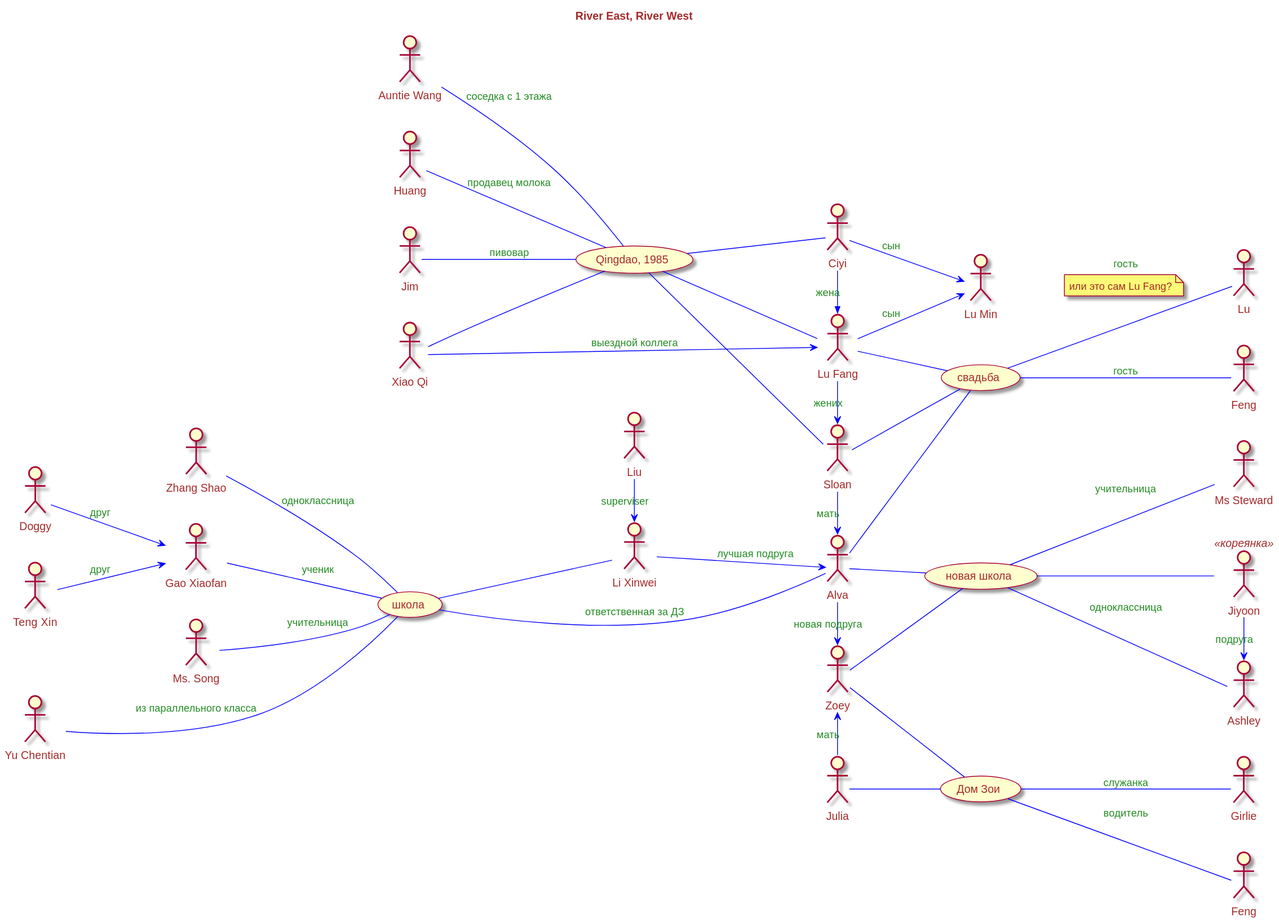
Earlier version of the PlantUML export River East, River West/river-River_East__River_West.svg (olek3/reading). Source of this version:
```plantuml
@startuml
left to right direction
skin rose
skinparam backgroundcolor transparent
skinparam defaultfontcolor #brown
skinparam arrowcolor #blue
skinparam arrowfontcolor #forestgreen

title River East, River West

:Sloan:

:Alva:

:Lu Fang: as Fang

:Li Xinwei: as Li

Sloan -> Alva : мать


Fang -> Sloan : жених



Fang -- (свадьба)
Sloan -- (свадьба)
Alva -- (свадьба)


(свадьба) -- :Feng: : гость
(свадьба) -- :Lu: : гость
note on link : или это сам Lu Fang?



Li --> Alva : лучшая подруга

(школа) -- Alva : ответственная за ДЗ
(школа) -- Li

:Zhang Shao: as Zhang

:Gao Xiaofan: as Gao

:Ms. Song: as Song

:Liu: as Liu

Zhang -- (школа) : одноклассница

Liu -> Li : superviser

Song -- (школа) : учительница

Gao -- (школа) : ученик

:Teng Xin: as Teng
:Doggy: as Doggy

Teng --> Gao : друг
Doggy --> Gao : друг


:Ciyi: as Ciyi


(Qingdao, 1985) as Qingdao

Ciyi ->> Fang : жена

Qingdao -- Ciyi
Qingdao -- Fang
Qingdao -- Sloan

:Huang: as Huang
:Xiao Qi: as Qi
:Jim: as Jim
:Auntie Wang: as Wang
:Yu Chentian: as Yu


Huang -- Qingdao : продавец молока
Qi -- Qingdao
Qi -> Fang : выездной коллега
Wang -- Qingdao : соседка с 1 этажа

Yu --- (школа) : из параллельного класса

Jim -- Qingdao : пивовар

Fang --> :Lu Min: : сын
Ciyi --> :Lu Min: : сын


(новая школа) as new_school

Alva -- new_school

:Ms Steward: as Steward

new_school -- Steward : учительница

:Zoey: as Zoey

Alva -> Zoey : новая подруга

Zoey -- new_school

(Дом Зои) as zoey_home

Zoey -- zoey_home

new_school -- :Ashley:  :одноклассница

:Jiyoon: as korean <<кореянка>>

new_school -- korean

:Feng: as Feng_driver
:Julia: as Julia
:Girlie: as girlie

Zoey <- Julia : мать

Julia -- zoey_home

zoey_home -- Feng_driver : водитель
zoey_home -- girlie : служанка

korean -> Ashley : подруга
@enduml
```
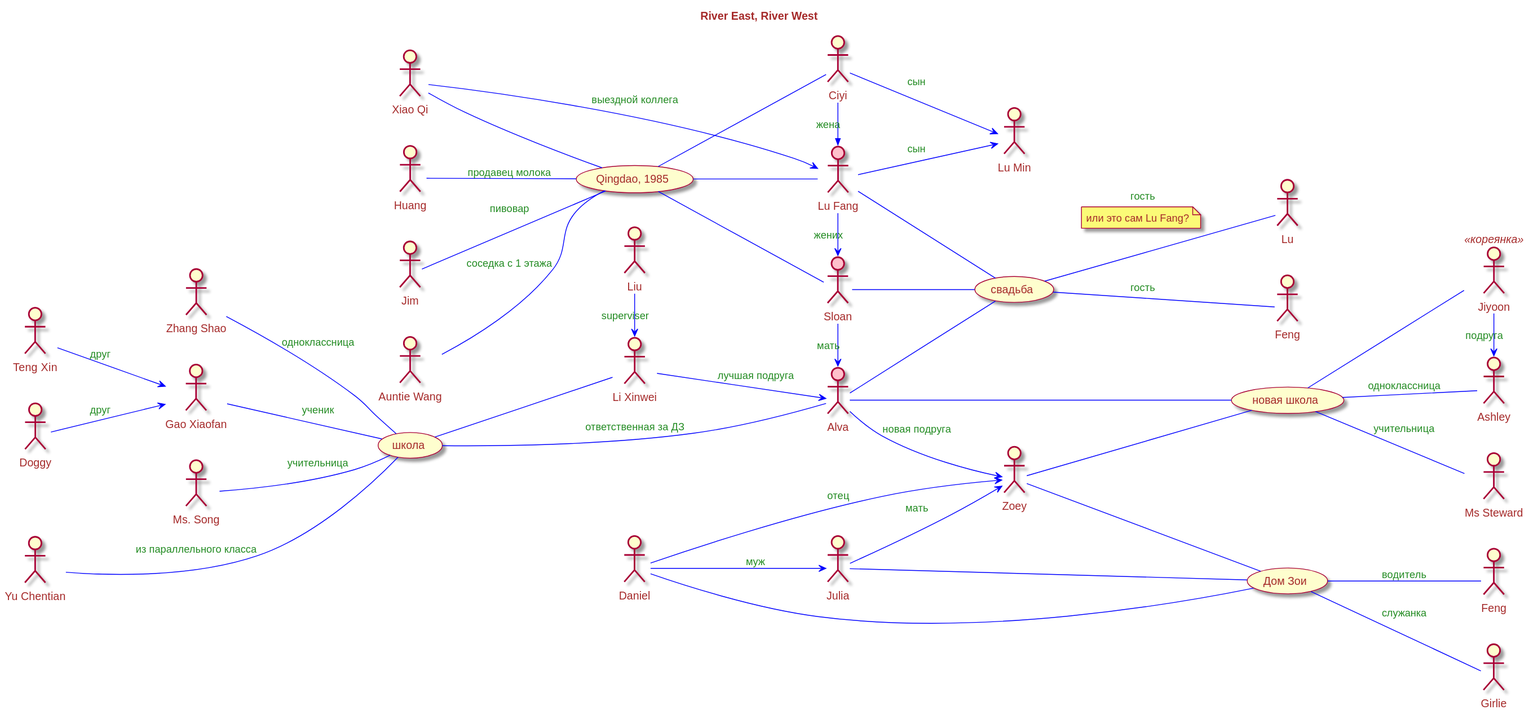
After the commit.

Commit message:
отец Зои

Change to the diagram source:
```diff
@@ -8,11 +8,11 @@
 
 title River East, River West
 
-:Sloan:
+:Sloan: #pink
 
-:Alva:
+:Alva: #pink
 
-:Lu Fang: as Fang
+:Lu Fang: as Fang #pink
 
 :Li Xinwei: as Li
 
@@ -103,7 +103,7 @@
 
 :Zoey: as Zoey
 
-Alva -> Zoey : новая подруга
+Alva --> Zoey : новая подруга
 
 Zoey -- new_school
 
@@ -121,7 +121,7 @@
 :Julia: as Julia
 :Girlie: as girlie
 
-Zoey <- Julia : мать
+Julia --> Zoey : мать
 
 Julia -- zoey_home
 
@@ -129,4 +129,10 @@
 zoey_home -- girlie : служанка
 
 korean -> Ashley : подруга
+
+:Daniel: as Daniel
+
+Daniel -- zoey_home
+Daniel --> Zoey : отец
+Daniel --> Julia : муж
 @enduml
```
